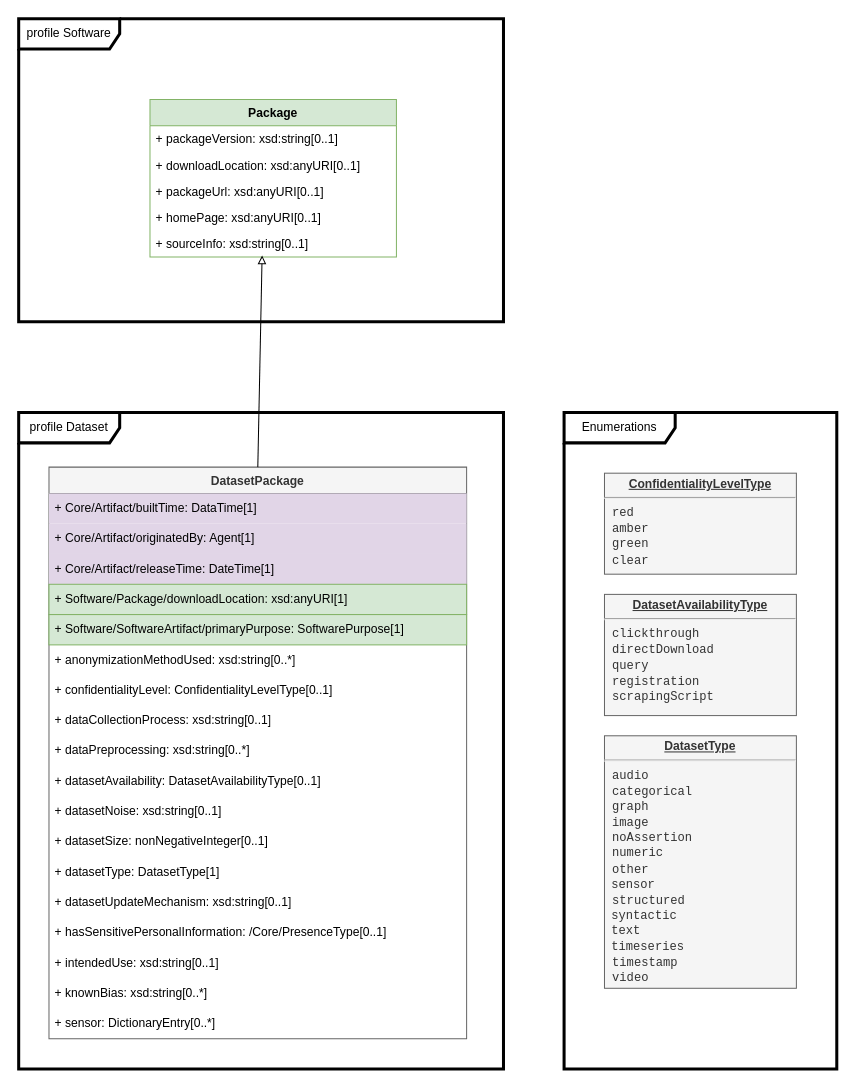
Before: page "Dataset" (9 of 11) of model.drawio in spdx/spdx-3-model, a draw.io diagram. Source tidied: cells renumbered, new cells numbered last; positions are measured from the earlier drawing's top-left corner, leaving out a move shared by most shapes. Both pictures are drawn from the tidied source at 101%, with x=0, y=0 at pixel (18, 18).
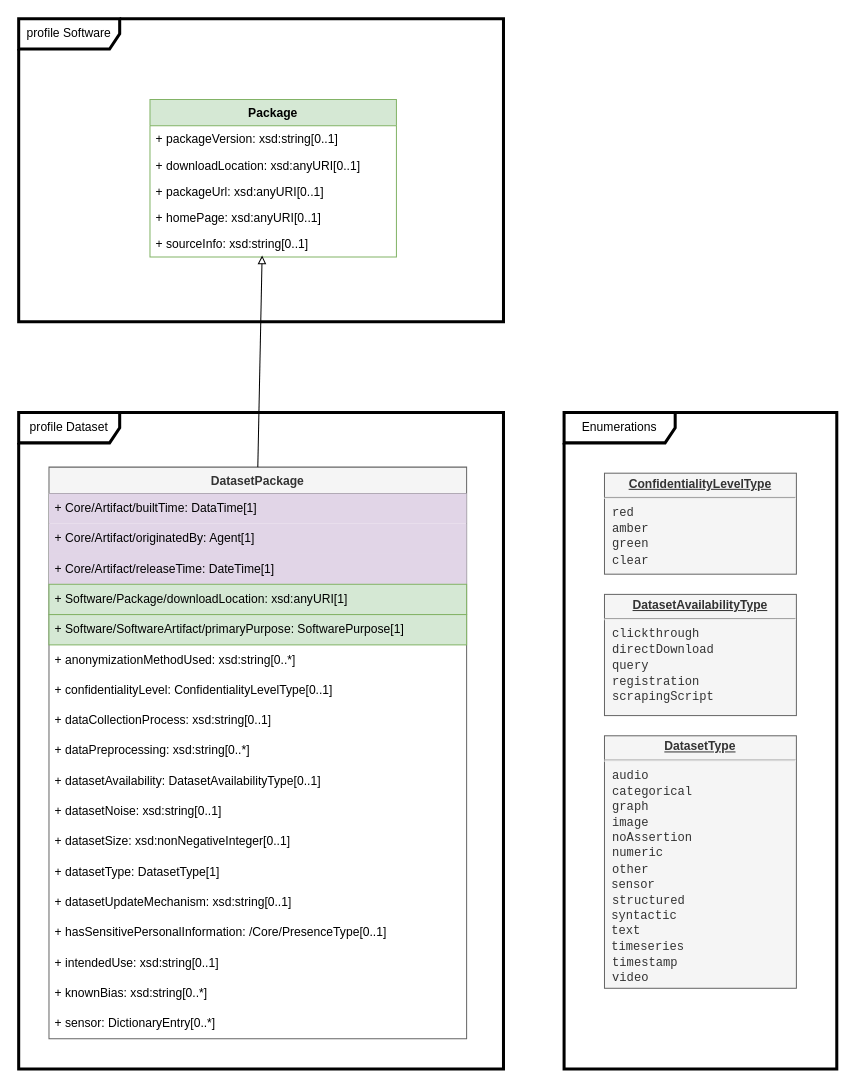
The same page after the edit.

The change refers to these unchanged cells:
```xml
<mxCell id="10" value="DatasetPackage" style="swimlane;fontStyle=1;horizontal=1;startSize=26;fillColor=#f5f5f5;strokeColor=#666666;fontColor=#333333;" parent="1" vertex="1">
  <mxGeometry x="30" y="444" width="413.5" height="566" as="geometry" />
</mxCell>
```

Change to the diagram source:
```diff
@@
-    <mxCell id="22" value="+ datasetSize: nonNegativeInteger[0..1]" style="text;strokeColor=none;fillColor=none;align=left;verticalAlign=middle;spacingLeft=4;spacingRight=4;overflow=hidden;whiteSpace=wrap;html=1;" parent="10" vertex="1">
+    <mxCell id="22" value="+ datasetSize: xsd:nonNegativeInteger[0..1]" style="text;strokeColor=none;fillColor=none;align=left;verticalAlign=middle;spacingLeft=4;spacingRight=4;overflow=hidden;whiteSpace=wrap;html=1;" parent="10" vertex="1">
       <mxGeometry y="356" width="413.5" height="30" as="geometry" />
     </mxCell>
```
